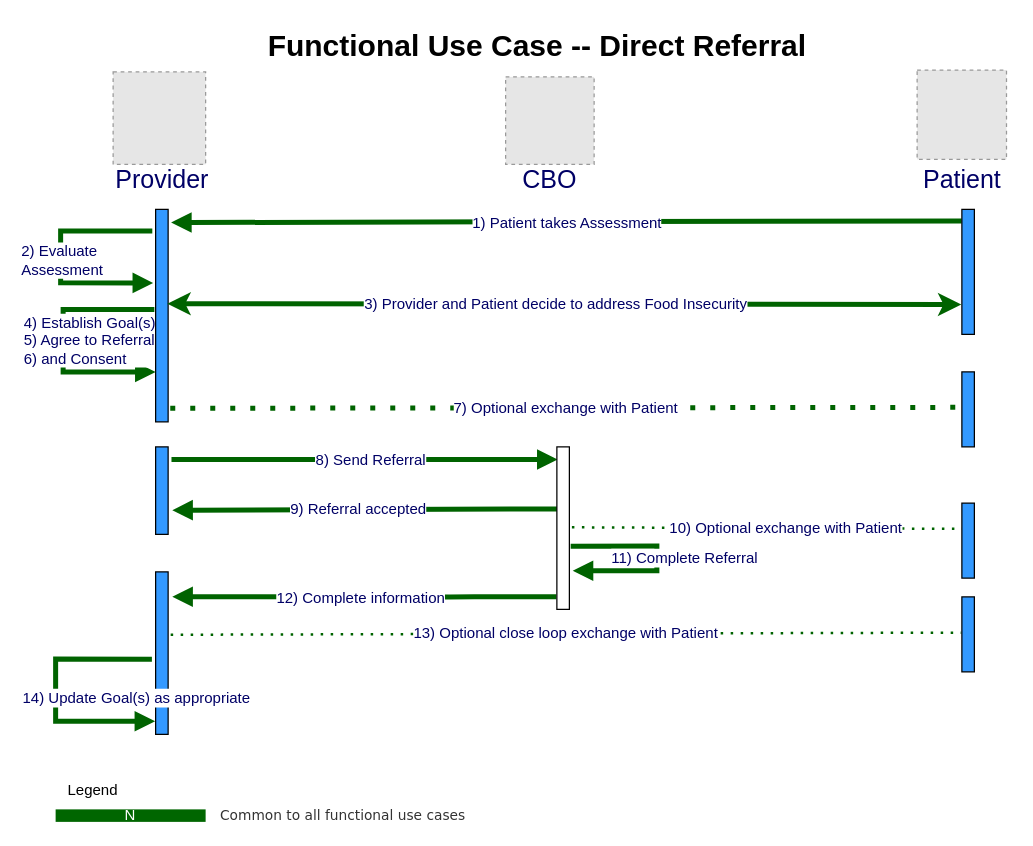
Before: page "Msg DME w Int" (1 of 7) of Images Source/FunctionalUseCaseFlowDirectReferral3.drawio in HL7/fhir-sdoh-clinicalcare, a draw.io diagram. Source tidied: cells renumbered, new cells numbered last; positions are measured from the earlier drawing's top-left corner, leaving out a move shared by most shapes. Both pictures are drawn from the tidied source at 125%, with x=0, y=0 at pixel (55, 21). Pictures stored in the file or linked from it are replaced by grey dashed boxes.
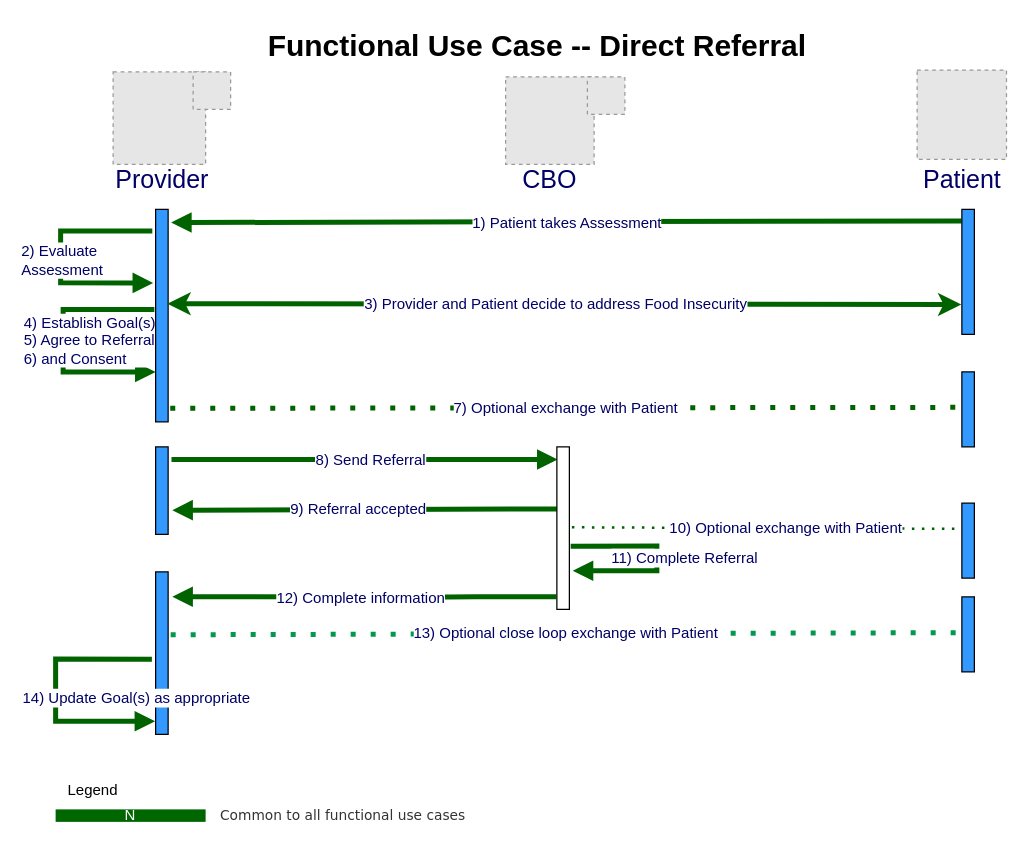
The same page after the edit.

The change refers to these unchanged cells:
```xml
<mxCell id="19" style="html=1;points=[];perimeter=orthogonalPerimeter;fillColor=#3399FF;fontColor=#000066;" parent="1" vertex="1">
  <mxGeometry x="80" y="440" width="10" height="130" as="geometry" />
</mxCell>
<mxCell id="24" style="html=1;points=[];perimeter=orthogonalPerimeter;fillColor=#3399FF;fontColor=#000066;" parent="1" vertex="1">
  <mxGeometry x="725" y="460" width="10" height="60" as="geometry" />
</mxCell>
```

Change to the diagram source:
```diff
@@
-    <mxCell id="13" value="13) Optional close loop exchange with Patient" style="endArrow=none;dashed=1;html=1;dashPattern=1 3;strokeWidth=2;rounded=0;strokeColor=#006300;fontColor=#000066;exitX=1.204;exitY=0.387;exitDx=0;exitDy=0;exitPerimeter=0;entryX=-0.047;entryY=0.477;entryDx=0;entryDy=0;entryPerimeter=0;fontSize=12;" parent="1" edge="1" source="19" target="24">
+    <mxCell id="13" value="13) Optional close loop exchange with Patient" style="endArrow=none;dashed=1;html=1;dashPattern=1 3;strokeWidth=4;rounded=0;strokeColor=#00994D;fontColor=#000066;exitX=1.204;exitY=0.387;exitDx=0;exitDy=0;exitPerimeter=0;entryX=-0.047;entryY=0.477;entryDx=0;entryDy=0;entryPerimeter=0;fontSize=12;" parent="1" edge="1" source="19" target="24">
       <mxGeometry relative="1" as="geometry" />
     </mxCell>
@@
+    <mxCell id="32" style="fillColor=#E6E6E6;strokeColor=#999999;dashed=1;verticalLabelPosition=bottom;verticalAlign=top;fontSize=12;fontColor=#000066;" parent="1" vertex="1">
+      <mxGeometry x="425.4" y="44" width="30" height="30" as="geometry" />
+    </mxCell>
+    <mxCell id="33" style="fillColor=#E6E6E6;strokeColor=#999999;dashed=1;verticalLabelPosition=bottom;verticalAlign=top;fontSize=12;fontColor=#000066;" parent="1" vertex="1">
+      <mxGeometry x="110" y="40" width="30" height="30" as="geometry" />
+    </mxCell>
```
